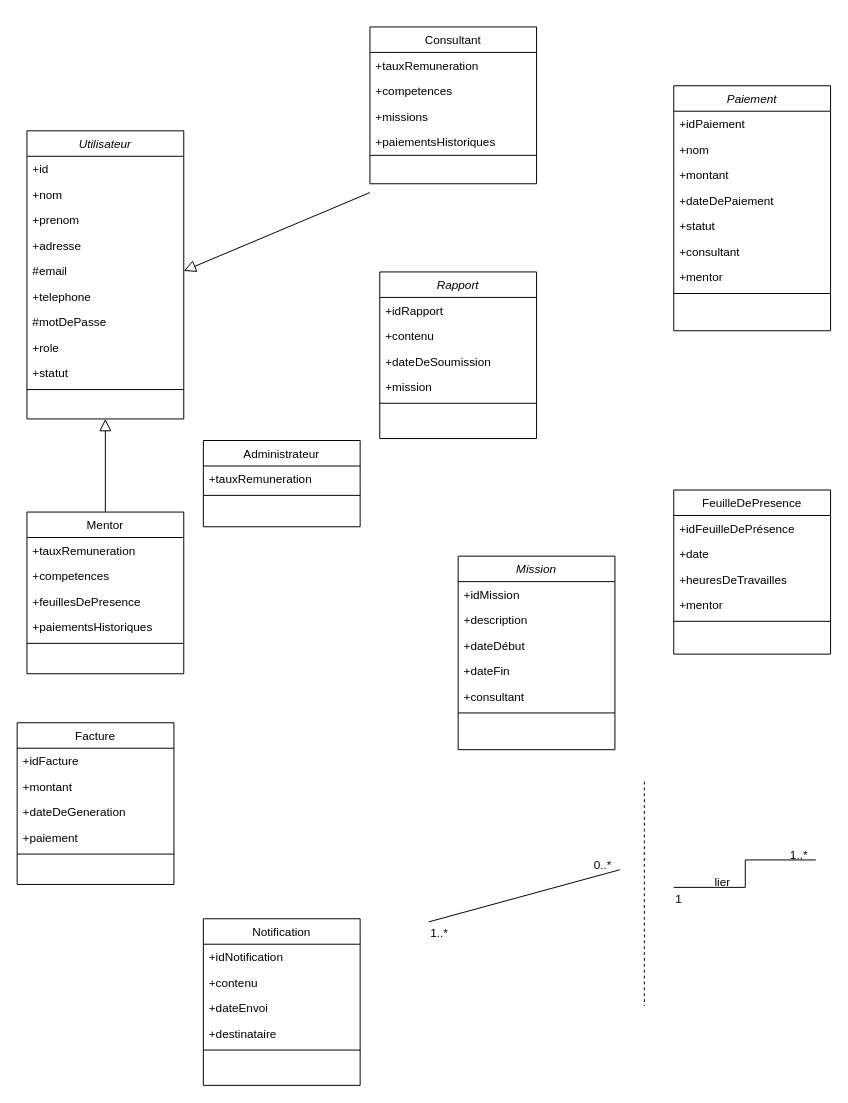
Before: Diagramme classe Projet F-n.drawio in Tussa-D/diagramme_projet_F-n, a draw.io diagram. Source tidied: cells renumbered, new cells numbered last; positions are measured from the earlier drawing's top-left corner, leaving out a move shared by most shapes. Both pictures are drawn from the tidied source at 98%, with x=0, y=0 at pixel (17, 26).
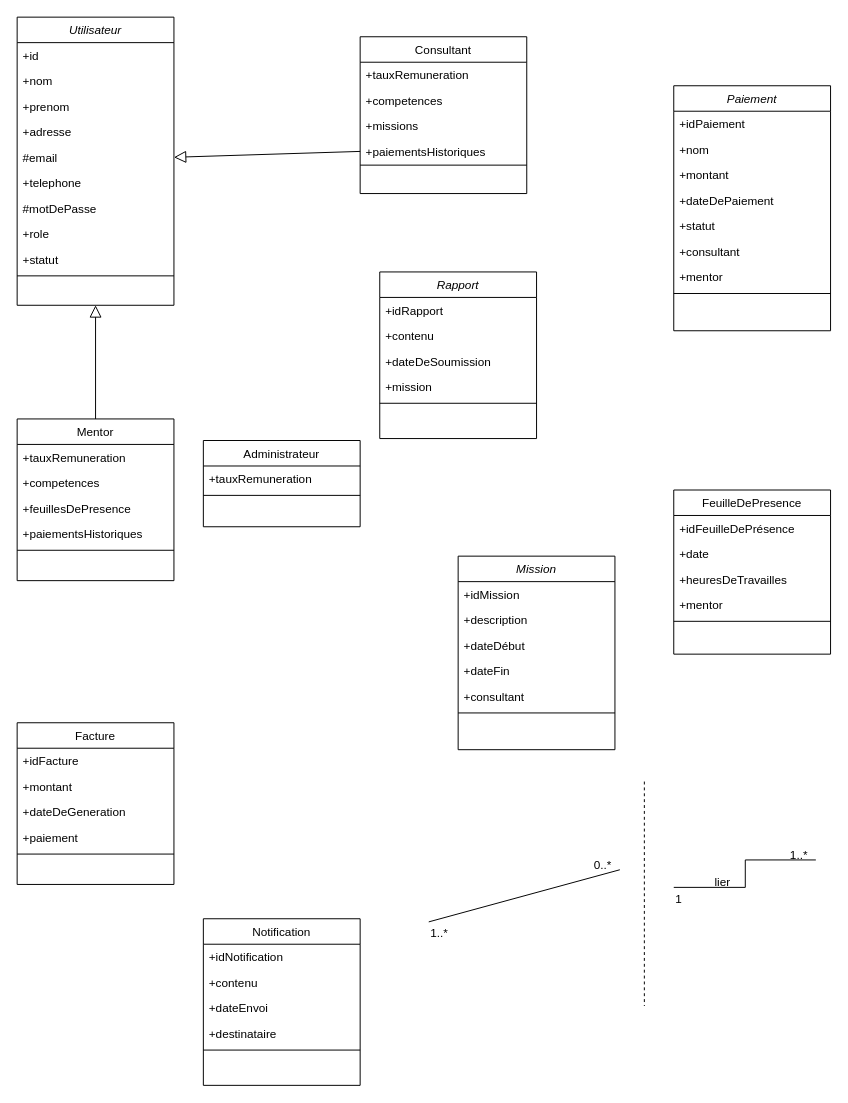
Above is the later version.

Commit message (it also covers changes not shown here):
Mettre à jour Diagramme classe Projet F-n.drawio

The change refers to these unchanged cells:
```xml
<mxCell id="7" value="#email" style="text;align=left;verticalAlign=top;spacingLeft=4;spacingRight=4;overflow=hidden;points=[[0,0.5],[1,0.5]];portConstraint=eastwest;rounded=0;shadow=0;html=0;" parent="2" vertex="1">
  <mxGeometry y="130" width="160" height="26" as="geometry" />
</mxCell>
<mxCell id="61" value="+paiementsHistoriques " style="text;align=left;verticalAlign=top;spacingLeft=4;spacingRight=4;overflow=hidden;points=[[0,0.5],[1,0.5]];portConstraint=eastwest;rounded=0;shadow=0;html=0;" parent="57" vertex="1">
  <mxGeometry y="104" width="170" height="26" as="geometry" />
</mxCell>
```

Change to the diagram source:
```diff
@@
     <mxCell id="2" value="Utilisateur" style="swimlane;fontStyle=2;align=center;verticalAlign=top;horizontal=1;startSize=26;rounded=0;shadow=0;strokeWidth=1;" parent="1" vertex="1">
-      <mxGeometry x="10" y="106" width="160" height="294" as="geometry" />
+      <mxGeometry y="-10" width="160" height="294" as="geometry" />
     </mxCell>
@@
     <mxCell id="13" value="Mentor" style="swimlane;fontStyle=0;align=center;verticalAlign=top;horizontal=1;startSize=26;rounded=0;shadow=0;strokeWidth=1;" parent="1" vertex="1">
-      <mxGeometry x="10" y="495" width="160" height="165" as="geometry" />
+      <mxGeometry y="400" width="160" height="165" as="geometry" />
     </mxCell>
@@
-    <mxCell id="48" style="endArrow=block;endSize=10;endFill=0;shadow=0;strokeWidth=1;rounded=0;elbow=vertical;entryX=1;entryY=0.5;entryDx=0;entryDy=0;exitX=0;exitY=0.5;exitDx=0;exitDy=0;" parent="1" edge="1" target="7">
-      <mxGeometry relative="1" as="geometry">
-        <mxPoint x="360" y="169" as="sourcePoint" />
-      </mxGeometry>
+    <mxCell id="48" style="endArrow=block;endSize=10;endFill=0;shadow=0;strokeWidth=1;rounded=0;elbow=vertical;entryX=1;entryY=0.5;entryDx=0;entryDy=0;exitX=0;exitY=0.5;exitDx=0;exitDy=0;" parent="1" edge="1" source="61" target="7">
+      <mxGeometry relative="1" as="geometry" />
     </mxCell>
@@
     <mxCell id="57" value="Consultant" style="swimlane;fontStyle=0;align=center;verticalAlign=top;horizontal=1;startSize=26;rounded=0;shadow=0;strokeWidth=1;" parent="1" vertex="1">
-      <mxGeometry x="360" width="170" height="160" as="geometry" />
+      <mxGeometry x="350" y="10" width="170" height="160" as="geometry" />
     </mxCell>
```
